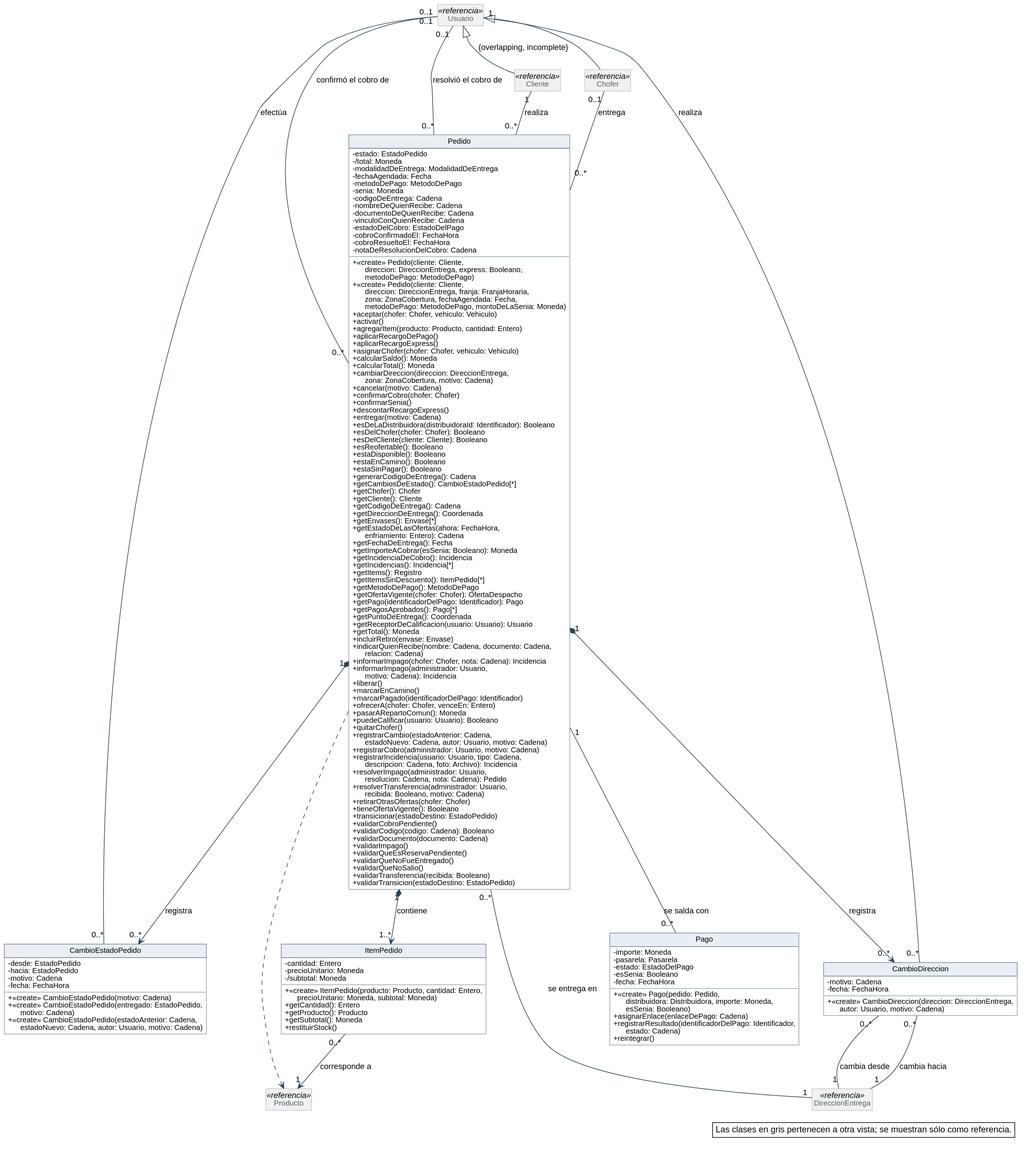
Above: diagramas/clases-diseno/DC_Pedido.svg in Nahuelito-Dev/splg-docs (PlantUML), before the change. Source of this version:
```plantuml
@startuml
skinparam backgroundColor #FFFFFF
skinparam shadowing false
skinparam defaultFontName Helvetica
skinparam defaultFontSize 13
skinparam dpi 150
skinparam nodesep 40
skinparam ranksep 55
skinparam classAttributeIconSize 0
skinparam roundCorner 0
skinparam genericDisplay old
skinparam class {
  BorderColor #2C4257
  BackgroundColor #FFFFFF
  ArrowColor #2C4257
  FontSize 14
  AttributeFontSize 12
  HeaderBackgroundColor #E8EEF3
}
skinparam class<<referencia>> {
  BackgroundColor #F1F1F1
  BorderColor #8A97A3
  FontColor #55616C
}
skinparam class<<fachada>> {
  HeaderBackgroundColor #D6E4F0
}
skinparam class<<controlador>> {
  HeaderBackgroundColor #D6E4F0
}
skinparam class<<fabricación pura>> {
  HeaderBackgroundColor #F3E9CF
}
skinparam class<<colección>> {
  HeaderBackgroundColor #E6E6E6
}
skinparam class<<adaptador>> {
  HeaderBackgroundColor #DCEBDD
}
skinparam interface {
  BorderColor #2C4257
  BackgroundColor #FFFFFF
  HeaderBackgroundColor #DCEBDD
  FontSize 14
  AttributeFontSize 12
}
skinparam note {
  BackgroundColor #FFFFFF
  BorderColor #2C4257
}
skinparam packageStyle rectangle
skinparam package {
  BorderColor #8A97A3
  FontSize 13
  FontColor #55616C
}
hide circle
hide empty members

class Pedido {
  - estado: EstadoPedido
  - /total: Moneda
  - modalidadDeEntrega: ModalidadDeEntrega
  - fechaAgendada: Fecha
  - metodoDePago: MetodoDePago
  - senia: Moneda
  - codigoDeEntrega: Cadena
  - nombreDeQuienRecibe: Cadena
  - documentoDeQuienRecibe: Cadena
  - vinculoConQuienRecibe: Cadena
  - estadoDelCobro: EstadoDelPago
  - cobroConfirmadoEl: FechaHora
  - cobroResueltoEl: FechaHora
  - notaDeResolucionDelCobro: Cadena
  + «create» Pedido(cliente: Cliente,\n      direccion: DireccionEntrega, express: Booleano,\n      metodoDePago: MetodoDePago)
  + «create» Pedido(cliente: Cliente,\n      direccion: DireccionEntrega, franja: FranjaHoraria,\n      zona: ZonaCobertura, fechaAgendada: Fecha,\n      metodoDePago: MetodoDePago, montoDeLaSenia: Moneda)
  + aceptar(chofer: Chofer, vehiculo: Vehiculo)
  + activar()
  + agregarItem(producto: Producto, cantidad: Entero)
  + aplicarRecargoDePago()
  + aplicarRecargoExpress()
  + asignarChofer(chofer: Chofer, vehiculo: Vehiculo)
  + calcularSaldo(): Moneda
  + calcularTotal(): Moneda
  + cambiarDireccion(direccion: DireccionEntrega,\n      zona: ZonaCobertura, motivo: Cadena)
  + cancelar(motivo: Cadena)
  + confirmarCobro(chofer: Chofer)
  + confirmarSenia()
  + descontarRecargoExpress()
  + entregar(motivo: Cadena)
  + esDeLaDistribuidora(distribuidoraId: Identificador): Booleano
  + esDelChofer(chofer: Chofer): Booleano
  + esDelCliente(cliente: Cliente): Booleano
  + esReofertable(): Booleano
  + estaDisponible(): Booleano
  + estaEnCamino(): Booleano
  + estaSinPagar(): Booleano
  + generarCodigoDeEntrega(): Cadena
  + getCambiosDeEstado(): CambioEstadoPedido[*]
  + getChofer(): Chofer
  + getCliente(): Cliente
  + getCodigoDeEntrega(): Cadena
  + getDireccionDeEntrega(): Coordenada
  + getEnvases(): Envase[*]
  + getEstadoDeLasOfertas(ahora: FechaHora,\n      enfriamiento: Entero): Cadena
  + getFechaDeEntrega(): Fecha
  + getImporteACobrar(esSenia: Booleano): Moneda
  + getIncidenciaDeCobro(): Incidencia
  + getIncidencias(): Incidencia[*]
  + getItems(): Registro
  + getItemsSinDescuento(): ItemPedido[*]
  + getMetodoDePago(): MetodoDePago
  + getOfertaVigente(chofer: Chofer): OfertaDespacho
  + getPago(identificadorDelPago: Identificador): Pago
  + getPagosAprobados(): Pago[*]
  + getPuntoDeEntrega(): Coordenada
  + getReceptorDeCalificacion(usuario: Usuario): Usuario
  + getTotal(): Moneda
  + incluirRetiro(envase: Envase)
  + indicarQuienRecibe(nombre: Cadena, documento: Cadena,\n      relacion: Cadena)
  + informarImpago(chofer: Chofer, nota: Cadena): Incidencia
  + informarImpago(administrador: Usuario,\n      motivo: Cadena): Incidencia
  + liberar()
  + marcarEnCamino()
  + marcarPagado(identificadorDelPago: Identificador)
  + ofrecerA(chofer: Chofer, venceEn: Entero)
  + pasarARepartoComun(): Moneda
  + puedeCalificar(usuario: Usuario): Booleano
  + quitarChofer()
  + registrarCambio(estadoAnterior: Cadena,\n      estadoNuevo: Cadena, autor: Usuario, motivo: Cadena)
  + registrarCobro(administrador: Usuario, motivo: Cadena)
  + registrarIncidencia(usuario: Usuario, tipo: Cadena,\n      descripcion: Cadena, foto: Archivo): Incidencia
  + resolverImpago(administrador: Usuario,\n      resolucion: Cadena, nota: Cadena): Pedido
  + resolverTransferencia(administrador: Usuario,\n      recibida: Booleano, motivo: Cadena)
  + retirarOtrasOfertas(chofer: Chofer)
  + tieneOfertaVigente(): Booleano
  + transicionar(estadoDestino: EstadoPedido)
  + validarCobroPendiente()
  + validarCodigo(codigo: Cadena): Booleano
  + validarDocumento(documento: Cadena)
  + validarImpago()
  + validarQueEsReservaPendiente()
  + validarQueNoFueEntregado()
  + validarQueNoSalio()
  + validarTransferencia(recibida: Booleano)
  + validarTransicion(estadoDestino: EstadoPedido)
}
class ItemPedido {
  - cantidad: Entero
  - precioUnitario: Moneda
  - /subtotal: Moneda
  + «create» ItemPedido(producto: Producto, cantidad: Entero,\n      precioUnitario: Moneda, subtotal: Moneda)
  + getCantidad(): Entero
  + getProducto(): Producto
  + getSubtotal(): Moneda
  + restituirStock()
}
class CambioEstadoPedido {
  - desde: EstadoPedido
  - hacia: EstadoPedido
  - motivo: Cadena
  - fecha: FechaHora
  + «create» CambioEstadoPedido(motivo: Cadena)
  + «create» CambioEstadoPedido(entregado: EstadoPedido,\n      motivo: Cadena)
  + «create» CambioEstadoPedido(estadoAnterior: Cadena,\n      estadoNuevo: Cadena, autor: Usuario, motivo: Cadena)
}
class CambioDireccion {
  - motivo: Cadena
  - fecha: FechaHora
  + «create» CambioDireccion(direccion: DireccionEntrega,\n      autor: Usuario, motivo: Cadena)
}
class Pago {
  - importe: Moneda
  - pasarela: Pasarela
  - estado: EstadoDelPago
  - esSenia: Booleano
  - fecha: FechaHora
  + «create» Pago(pedido: Pedido,\n      distribuidora: Distribuidora, importe: Moneda,\n      esSenia: Booleano)
  + asignarEnlace(enlaceDePago: Cadena)
  + registrarResultado(identificadorDelPago: Identificador,\n      estado: Cadena)
  + reintegrar()
}
class Cliente <<referencia>>
class Chofer <<referencia>>
class Producto <<referencia>>
class DireccionEntrega <<referencia>>
class Usuario <<referencia>>

Usuario <|-- Cliente : {overlapping, incomplete}
Usuario <|-- Chofer
Cliente "1" -- "0..*" Pedido : realiza
Pedido "1" *--> "1..*" ItemPedido : contiene
ItemPedido "0..*" --> "1" Producto : corresponde a
Pedido "0..*" -- "1" DireccionEntrega : se entrega en
Pedido "1" *--> "0..*" CambioEstadoPedido : registra
Usuario "0..1" -- "0..*" CambioEstadoPedido : efectúa
Usuario "0..1" -- "0..*" Pedido : confirmó el cobro de
Usuario "0..1" -- "0..*" Pedido : resolvió el cobro de
Pedido "1" *--> "0..*" CambioDireccion : registra
CambioDireccion "0..*" -- "1" DireccionEntrega : cambia desde
CambioDireccion "0..*" -- "1" DireccionEntrega : cambia hacia
Usuario "1" -- "0..*" CambioDireccion : realiza
Chofer "0..1" -- "0..*" Pedido : entrega
Pedido "1" -- "0..*" Pago : se salda con
Pedido ..> Producto

legend bottom right
  Las clases en gris pertenecen a otra vista; se muestran sólo como referencia.
endlegend
@enduml
```
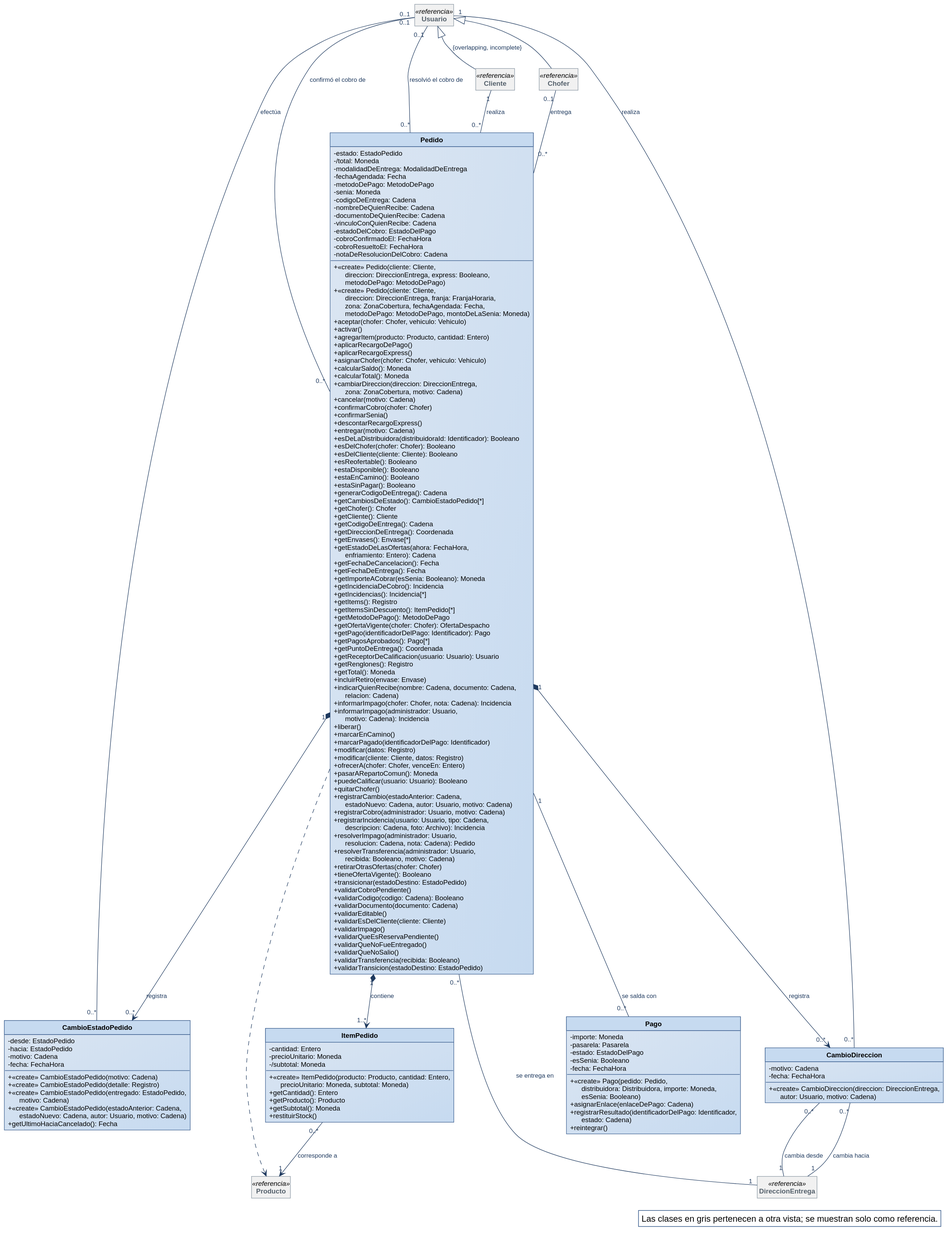
The same file after the commit.

The edit, as a diff of the source:
```diff
@@ -1,59 +1,29 @@
 @startuml
-skinparam backgroundColor #FFFFFF
-skinparam shadowing false
-skinparam defaultFontName Helvetica
-skinparam defaultFontSize 13
-skinparam dpi 150
+!include ../estilo-vp.iuml
 skinparam nodesep 40
 skinparam ranksep 55
-skinparam classAttributeIconSize 0
-skinparam roundCorner 0
 skinparam genericDisplay old
-skinparam class {
-  BorderColor #2C4257
-  BackgroundColor #FFFFFF
-  ArrowColor #2C4257
-  FontSize 14
-  AttributeFontSize 12
-  HeaderBackgroundColor #E8EEF3
-}
 skinparam class<<referencia>> {
   BackgroundColor #F1F1F1
   BorderColor #8A97A3
   FontColor #55616C
 }
 skinparam class<<fachada>> {
-  HeaderBackgroundColor #D6E4F0
+  HeaderBackgroundColor #B7CDE8
 }
 skinparam class<<controlador>> {
-  HeaderBackgroundColor #D6E4F0
+  HeaderBackgroundColor #B7CDE8
 }
 skinparam class<<fabricación pura>> {
-  HeaderBackgroundColor #F3E9CF
+  HeaderBackgroundColor #E4ECF6
 }
 skinparam class<<colección>> {
   HeaderBackgroundColor #E6E6E6
 }
 skinparam class<<adaptador>> {
-  HeaderBackgroundColor #DCEBDD
-}
-skinparam interface {
-  BorderColor #2C4257
-  BackgroundColor #FFFFFF
-  HeaderBackgroundColor #DCEBDD
-  FontSize 14
-  AttributeFontSize 12
-}
-skinparam note {
-  BackgroundColor #FFFFFF
-  BorderColor #2C4257
+  HeaderBackgroundColor #D5E3F3
 }
 skinparam packageStyle rectangle
-skinparam package {
-  BorderColor #8A97A3
-  FontSize 13
-  FontColor #55616C
-}
 hide circle
 hide empty members
 
@@ -103,6 +73,7 @@
   + getDireccionDeEntrega(): Coordenada
   + getEnvases(): Envase[*]
   + getEstadoDeLasOfertas(ahora: FechaHora,\n      enfriamiento: Entero): Cadena
+  + getFechaDeCancelacion(): Fecha
   + getFechaDeEntrega(): Fecha
   + getImporteACobrar(esSenia: Booleano): Moneda
   + getIncidenciaDeCobro(): Incidencia
@@ -115,6 +86,7 @@
   + getPagosAprobados(): Pago[*]
   + getPuntoDeEntrega(): Coordenada
   + getReceptorDeCalificacion(usuario: Usuario): Usuario
+  + getRenglones(): Registro
   + getTotal(): Moneda
   + incluirRetiro(envase: Envase)
   + indicarQuienRecibe(nombre: Cadena, documento: Cadena,\n      relacion: Cadena)
@@ -123,6 +95,8 @@
   + liberar()
   + marcarEnCamino()
   + marcarPagado(identificadorDelPago: Identificador)
+  + modificar(datos: Registro)
+  + modificar(cliente: Cliente, datos: Registro)
   + ofrecerA(chofer: Chofer, venceEn: Entero)
   + pasarARepartoComun(): Moneda
   + puedeCalificar(usuario: Usuario): Booleano
@@ -138,6 +112,8 @@
   + validarCobroPendiente()
   + validarCodigo(codigo: Cadena): Booleano
   + validarDocumento(documento: Cadena)
+  + validarEditable()
+  + validarEsDelCliente(cliente: Cliente)
   + validarImpago()
   + validarQueEsReservaPendiente()
   + validarQueNoFueEntregado()
@@ -161,8 +137,10 @@
   - motivo: Cadena
   - fecha: FechaHora
   + «create» CambioEstadoPedido(motivo: Cadena)
+  + «create» CambioEstadoPedido(detalle: Registro)
   + «create» CambioEstadoPedido(entregado: EstadoPedido,\n      motivo: Cadena)
   + «create» CambioEstadoPedido(estadoAnterior: Cadena,\n      estadoNuevo: Cadena, autor: Usuario, motivo: Cadena)
+  + getUltimoHaciaCancelado(): Fecha
 }
 class CambioDireccion {
   - motivo: Cadena
@@ -205,6 +183,6 @@
 Pedido ..> Producto
 
 legend bottom right
-  Las clases en gris pertenecen a otra vista; se muestran sólo como referencia.
+  Las clases en gris pertenecen a otra vista; se muestran solo como referencia.
 endlegend
 @enduml
```
